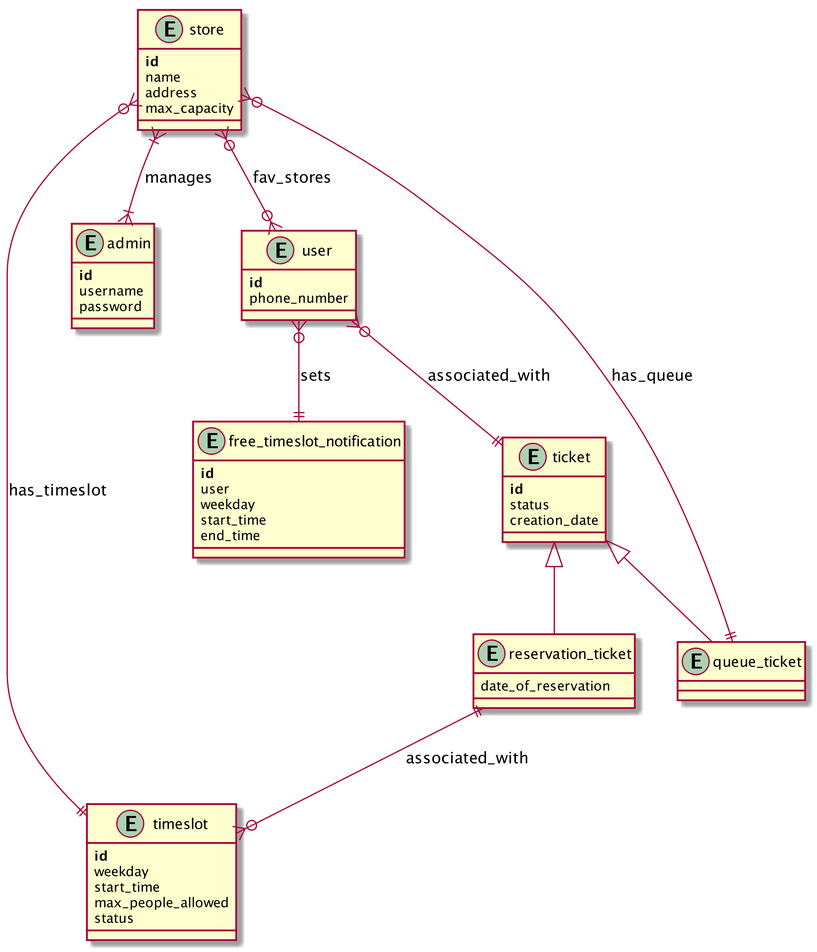
Above: DD/uml/db_structure.png in andreafra/Software-Engineering-2-Project-2021 (PlantUML), before the change. Its source is kept beside it as DD/uml/db_structure.puml. Its diagram source:
```plantuml
@startuml db_structure

skinparam {
   dpi 300
}

together {
    entity ticket{
        **id**
        status
        creation_date
    }

    entity queue_ticket {
    }

    entity reservation_ticket{
            date_of_reservation
    }

    entity priority_ticket{
    }
}

together {
    entity user{
        **id**
        is_totem
        phone_number
    }
    entity free_timeslot_notification{
        **id**
        user
        weekday
        start_time
        end_time
    }
}

entity timeslot{
    **id**
    weekday
    start_time
    max_people_allowed
    status
}

entity store{
    **id**
    name
    address
    max_capacity
}

entity admin{
    **id**
    username
    password
}





store }|--|{ admin : manages
store }o--|| queue_ticket : has_queue
store }o--|| timeslot : has_timeslot
store }o--o{ user : fav_stores


user }o--|| ticket : associated_with
user }o--|| free_timeslot_notification : sets

ticket <|-- queue_ticket
ticket <|-- reservation_ticket
ticket <|-- priority_ticket

reservation_ticket ||--o{ timeslot : associated_with





@enduml
```
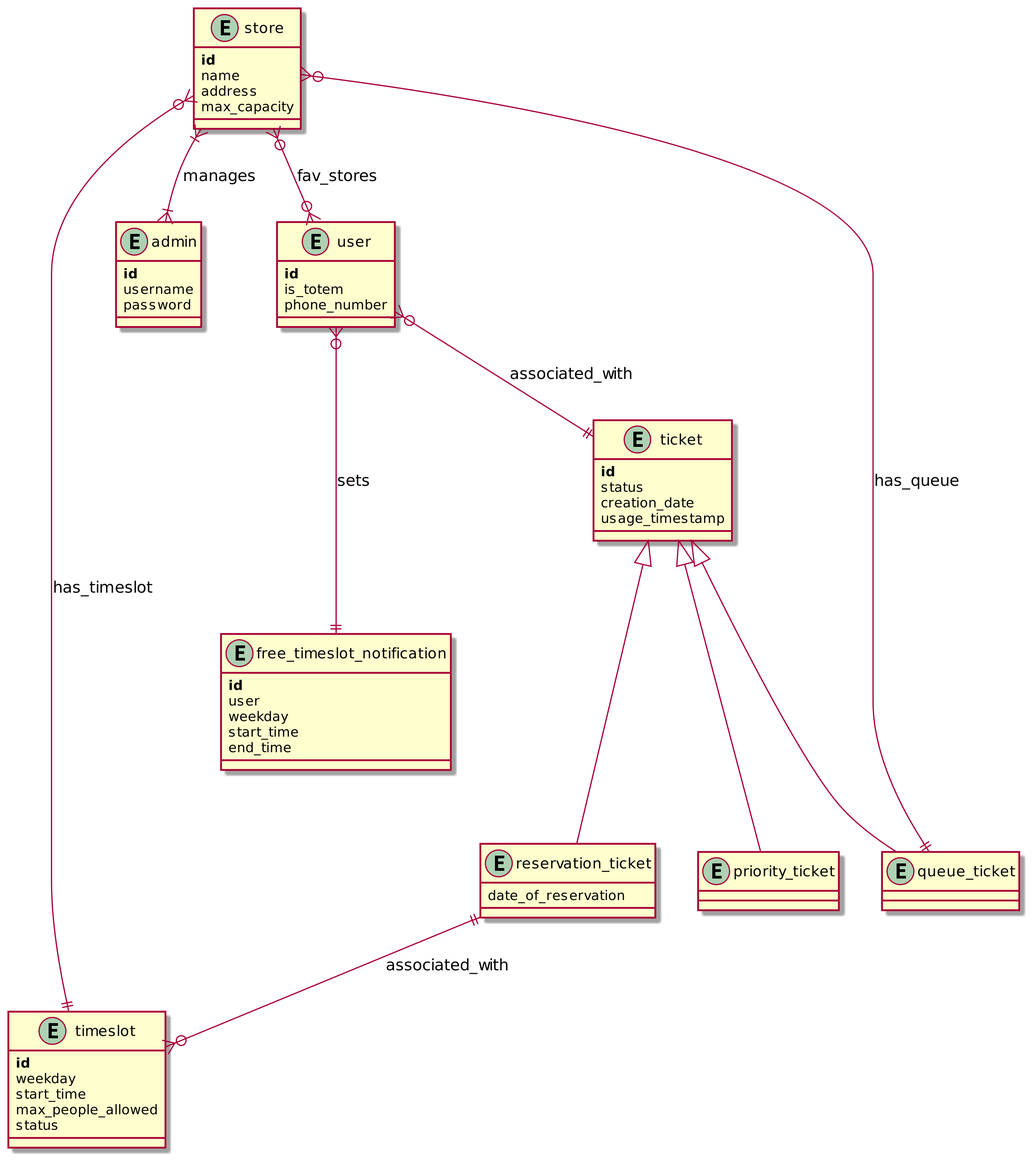
The same diagram one commit later.

Diff of the diagram source:
```diff
@@ -9,6 +9,7 @@
         **id**
         status
         creation_date
+        usage_timestamp
     }
 
     entity queue_ticket {
```
